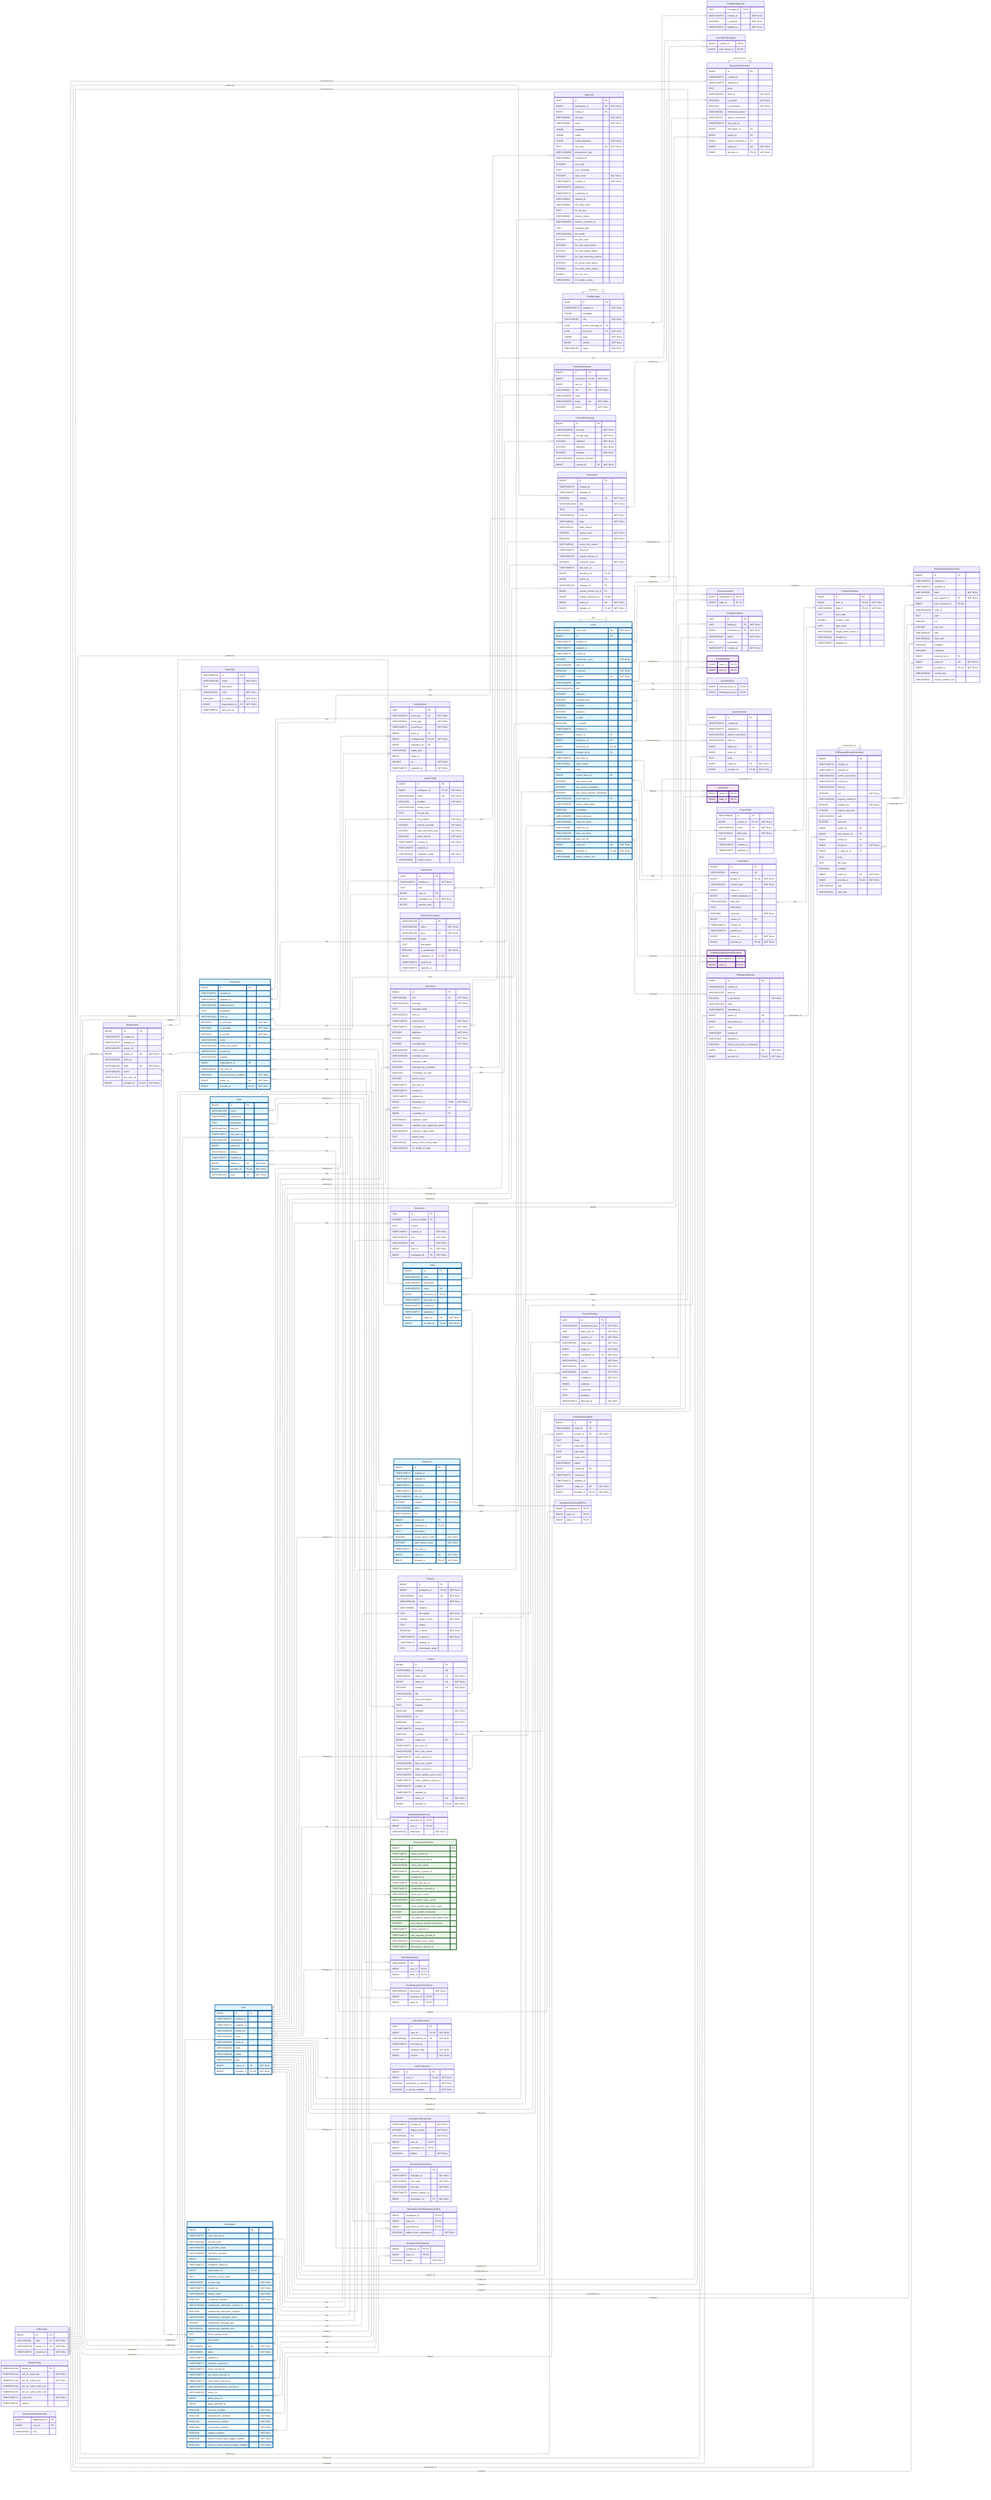
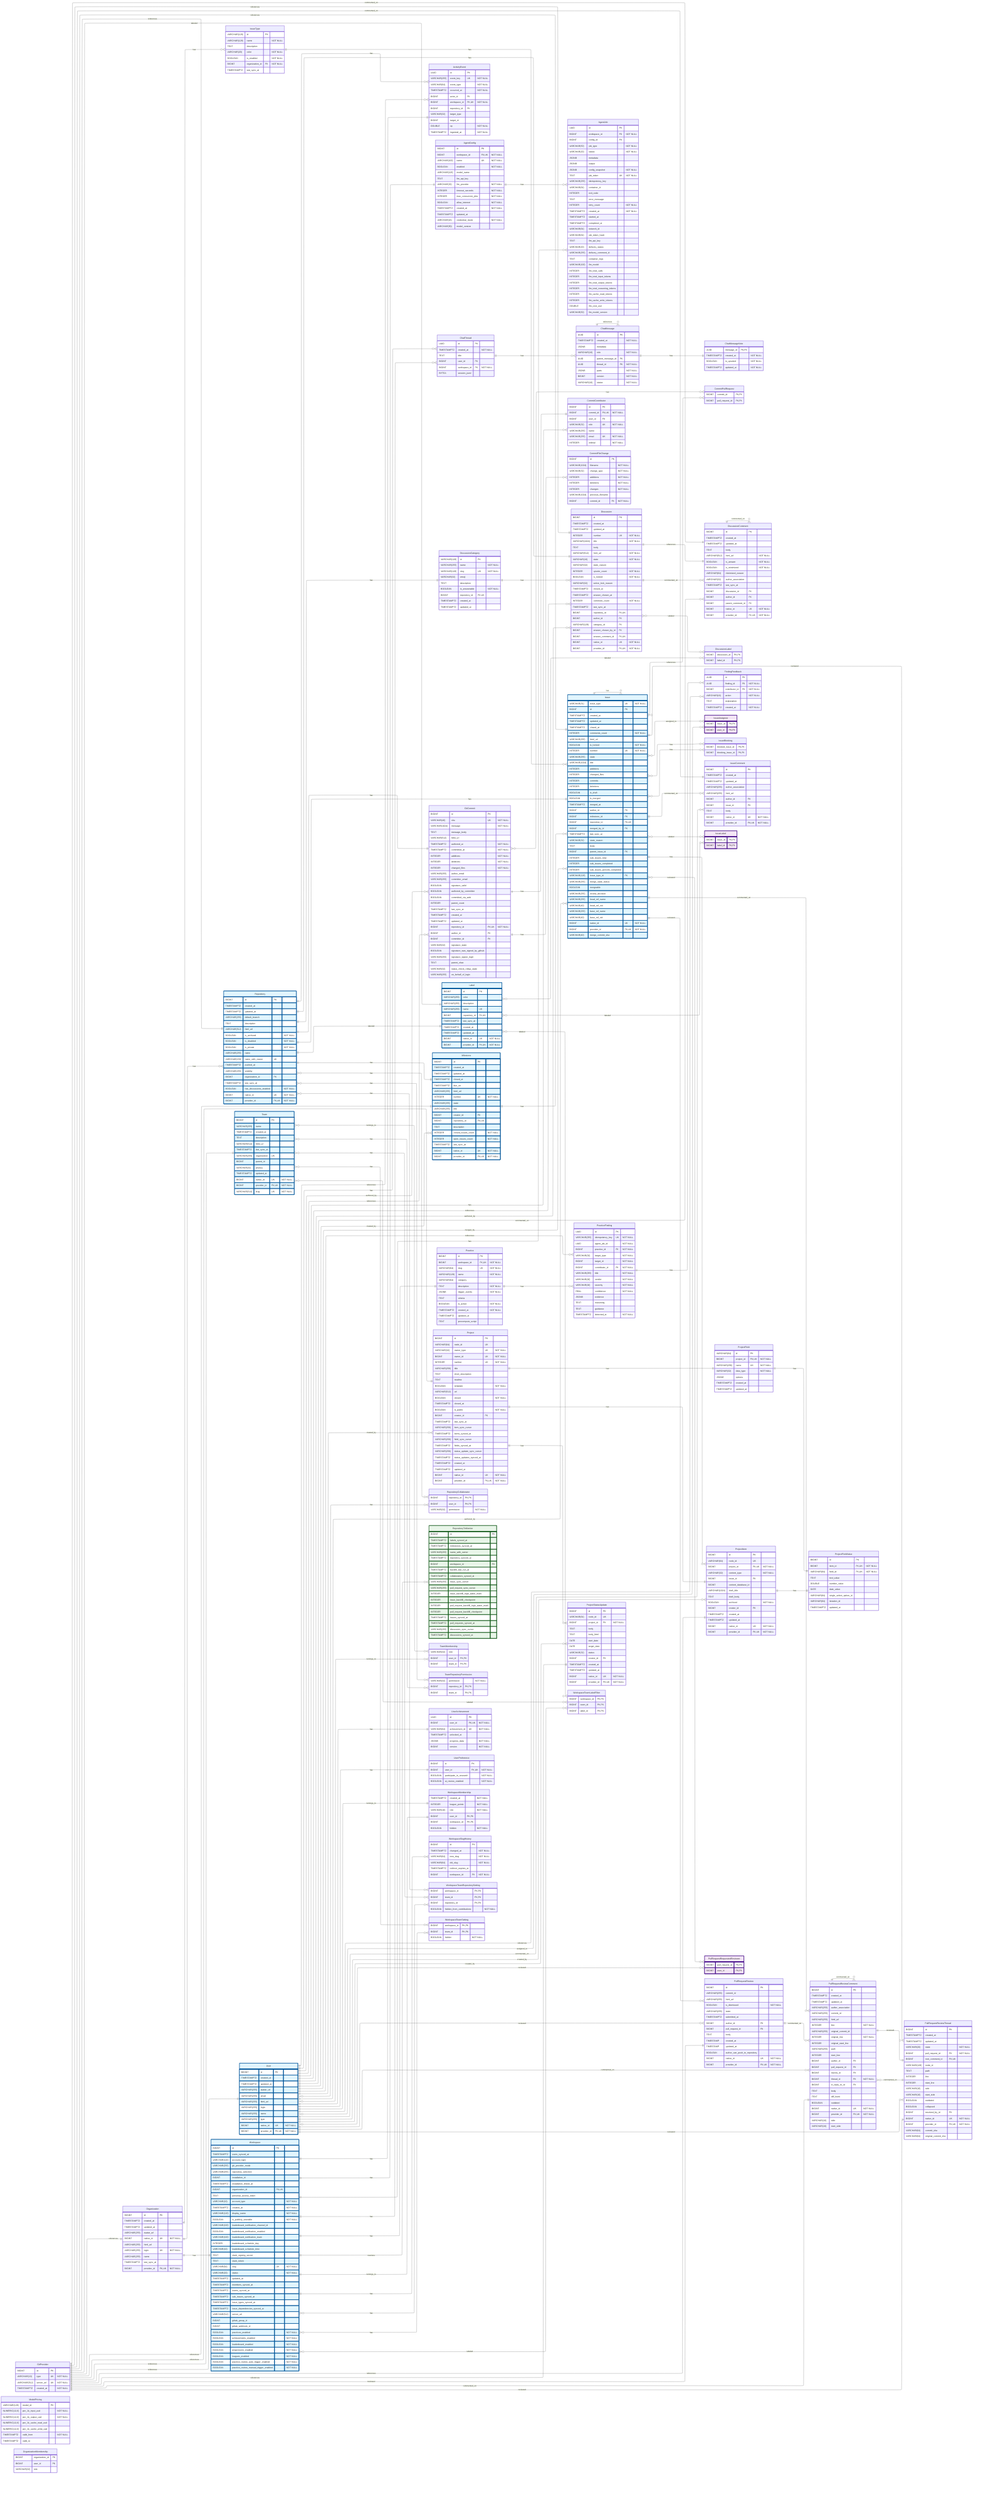
---
config:
    layout: elk
---
erDiagram
    %% Generated automatically from PostgreSQL database schema
    %% using scripts/generate-mermaid-erd.ts
    %% To regenerate: npm run db:generate-erd-docs

    direction LR

    ActivityEvent {
        UUID id PK
        VARCHAR(255) event_key UK "NOT NULL"
        VARCHAR(64) event_type "NOT NULL"
        TIMESTAMPTZ occurred_at "NOT NULL"
        BIGINT actor_id FK
        BIGINT workspace_id FK,UK "NOT NULL"
        BIGINT repository_id FK
        VARCHAR(32) target_type
        BIGINT target_id
        DOUBLE xp "NOT NULL"
        TIMESTAMPTZ ingested_at "NOT NULL"
    }

    AgentConfig {
        BIGINT id PK
        BIGINT workspace_id FK,UK "NOT NULL"
        VARCHAR(100) name UK "NOT NULL"
        BOOLEAN enabled "NOT NULL"
        VARCHAR(128) model_name
        TEXT llm_api_key
        VARCHAR(32) llm_provider "NOT NULL"
        INTEGER timeout_seconds "NOT NULL"
        INTEGER max_concurrent_jobs "NOT NULL"
        BOOLEAN allow_internet "NOT NULL"
        TIMESTAMPTZ created_at "NOT NULL"
        TIMESTAMPTZ updated_at
        VARCHAR(16) credential_mode "NOT NULL"
        VARCHAR(50) model_version
    }

    AgentJob {
        UUID id PK
        BIGINT workspace_id FK "NOT NULL"
        BIGINT config_id FK
        VARCHAR(50) job_type "NOT NULL"
        VARCHAR(20) status "NOT NULL"
        JSONB metadata
        JSONB output
        JSONB config_snapshot "NOT NULL"
        TEXT job_token UK "NOT NULL"
        VARCHAR(255) idempotency_key
        VARCHAR(64) container_id
        INTEGER exit_code
        TEXT error_message
        INTEGER retry_count "NOT NULL"
        TIMESTAMPTZ created_at "NOT NULL"
        TIMESTAMPTZ started_at
        TIMESTAMPTZ completed_at
        VARCHAR(64) network_id
        VARCHAR(64) job_token_hash
        TEXT llm_api_key
        VARCHAR(20) delivery_status
        VARCHAR(255) delivery_comment_id
        TEXT container_logs
        VARCHAR(100) llm_model
        INTEGER llm_total_calls
        INTEGER llm_total_input_tokens
        INTEGER llm_total_output_tokens
        INTEGER llm_total_reasoning_tokens
        INTEGER llm_cache_read_tokens
        INTEGER llm_cache_write_tokens
        DOUBLE llm_cost_usd
        VARCHAR(50) llm_model_version
    }

    ChatMessage {
        UUID id PK
        TIMESTAMPTZ created_at "NOT NULL"
        JSONB metadata
        VARCHAR(16) role "NOT NULL"
        UUID parent_message_id FK
        UUID thread_id FK "NOT NULL"
        JSONB parts "NOT NULL"
        BIGINT version "NOT NULL"
        VARCHAR(16) status "NOT NULL"
    }

    ChatMessageVote {
        UUID message_id PK,FK
        TIMESTAMPTZ created_at "NOT NULL"
        BOOLEAN is_upvoted "NOT NULL"
        TIMESTAMPTZ updated_at "NOT NULL"
    }

    ChatThread {
        UUID id PK
        TIMESTAMPTZ created_at "NOT NULL"
        TEXT title
        BIGINT user_id FK
        BIGINT workspace_id FK "NOT NULL"
        BYTEA session_jsonl
    }

    CommitContributor {
        BIGINT id PK
        BIGINT commit_id FK,UK "NOT NULL"
        BIGINT user_id FK
        VARCHAR(32) role UK "NOT NULL"
        VARCHAR(255) name
        VARCHAR(255) email UK "NOT NULL"
        INTEGER ordinal "NOT NULL"
    }

    CommitFileChange {
        BIGINT id PK
        VARCHAR(1024) filename "NOT NULL"
        VARCHAR(32) change_type "NOT NULL"
        INTEGER additions "NOT NULL"
        INTEGER deletions "NOT NULL"
        INTEGER changes "NOT NULL"
        VARCHAR(1024) previous_filename
        BIGINT commit_id FK "NOT NULL"
    }

    CommitPullRequest {
        BIGINT commit_id PK,FK
        BIGINT pull_request_id PK,FK
    }

    Discussion {
        BIGINT id PK
        TIMESTAMPTZ created_at
        TIMESTAMPTZ updated_at
        INTEGER number UK "NOT NULL"
        VARCHAR(1024) title "NOT NULL"
        TEXT body
        VARCHAR(512) html_url "NOT NULL"
        VARCHAR(16) state "NOT NULL"
        VARCHAR(32) state_reason
        INTEGER upvote_count "NOT NULL"
        BOOLEAN is_locked "NOT NULL"
        VARCHAR(32) active_lock_reason
        TIMESTAMPTZ closed_at
        TIMESTAMPTZ answer_chosen_at
        INTEGER comment_count "NOT NULL"
        TIMESTAMPTZ last_sync_at
        BIGINT repository_id FK,UK
        BIGINT author_id FK
        VARCHAR(128) category_id FK
        BIGINT answer_chosen_by_id FK
        BIGINT answer_comment_id FK,UK
        BIGINT native_id UK "NOT NULL"
        BIGINT provider_id FK,UK "NOT NULL"
    }

    DiscussionCategory {
        VARCHAR(128) id PK
        VARCHAR(255) name "NOT NULL"
        VARCHAR(128) slug UK "NOT NULL"
        VARCHAR(32) emoji
        TEXT description
        BOOLEAN is_answerable "NOT NULL"
        BIGINT repository_id FK,UK
        TIMESTAMPTZ created_at
        TIMESTAMPTZ updated_at
    }

    DiscussionComment {
        BIGINT id PK
        TIMESTAMPTZ created_at
        TIMESTAMPTZ updated_at
        TEXT body
        VARCHAR(512) html_url "NOT NULL"
        BOOLEAN is_answer "NOT NULL"
        BOOLEAN is_minimized "NOT NULL"
        VARCHAR(64) minimized_reason
        VARCHAR(32) author_association
        TIMESTAMPTZ last_sync_at
        BIGINT discussion_id FK
        BIGINT author_id FK
        BIGINT parent_comment_id FK
        BIGINT native_id UK "NOT NULL"
        BIGINT provider_id FK,UK "NOT NULL"
    }

    DiscussionLabel {
        BIGINT discussion_id PK,FK
        BIGINT label_id PK,FK
-     }
- 
-     Document {
-         UUID id PK
-         INTEGER version_number PK
-         TEXT content
-         TIMESTAMPTZ created_at "NOT NULL"
-         VARCHAR(255) kind "NOT NULL"
-         VARCHAR(255) title "NOT NULL"
-         BIGINT user_id FK "NOT NULL"
-         BIGINT workspace_id FK "NOT NULL"
    }

    FindingFeedback {
        UUID id PK
        UUID finding_id FK "NOT NULL"
        BIGINT contributor_id FK "NOT NULL"
        VARCHAR(16) action "NOT NULL"
        TEXT explanation
        TIMESTAMPTZ created_at "NOT NULL"
    }

    GitCommit {
        BIGINT id PK
        VARCHAR(40) sha UK "NOT NULL"
        VARCHAR(1024) message "NOT NULL"
        TEXT message_body
        VARCHAR(512) html_url
        TIMESTAMPTZ authored_at "NOT NULL"
        TIMESTAMPTZ committed_at "NOT NULL"
        INTEGER additions "NOT NULL"
        INTEGER deletions "NOT NULL"
        INTEGER changed_files "NOT NULL"
        VARCHAR(255) author_email
        VARCHAR(255) committer_email
        BOOLEAN signature_valid
        BOOLEAN authored_by_committer
        BOOLEAN committed_via_web
        INTEGER parent_count
        TIMESTAMPTZ last_sync_at
        TIMESTAMPTZ created_at
        TIMESTAMPTZ updated_at
        BIGINT repository_id FK,UK "NOT NULL"
        BIGINT author_id FK
        BIGINT committer_id FK
        VARCHAR(32) signature_state
        BOOLEAN signature_was_signed_by_github
        VARCHAR(255) signature_signer_login
        TEXT parent_shas
        VARCHAR(32) status_check_rollup_state
        VARCHAR(255) on_behalf_of_login
    }

    GitProvider {
        BIGINT id PK
        VARCHAR(10) type UK "NOT NULL"
        VARCHAR(512) server_url UK "NOT NULL"
        TIMESTAMPTZ created_at "NOT NULL"
    }

    Issue {
        VARCHAR(31) issue_type UK "NOT NULL"
        BIGINT id PK
        TIMESTAMPTZ created_at
        TIMESTAMPTZ updated_at
        TIMESTAMPTZ closed_at
        INTEGER comments_count "NOT NULL"
        VARCHAR(255) html_url
        BOOLEAN is_locked "NOT NULL"
        INTEGER number UK "NOT NULL"
        VARCHAR(255) state
        VARCHAR(1024) title
        INTEGER additions
        INTEGER changed_files
        INTEGER commits
        INTEGER deletions
        BOOLEAN is_draft
        BOOLEAN is_merged
        TIMESTAMPTZ merged_at
        BIGINT author_id FK
        BIGINT milestone_id FK
        BIGINT repository_id FK,UK
        BIGINT merged_by_id FK
        TIMESTAMPTZ last_sync_at
        VARCHAR(32) state_reason
        TEXT body
        BIGINT parent_issue_id FK
        INTEGER sub_issues_total
        INTEGER sub_issues_completed
        INTEGER sub_issues_percent_completed
        VARCHAR(128) issue_type_id FK
        VARCHAR(255) merge_state_status
        BOOLEAN mergeable
        VARCHAR(255) review_decision
        VARCHAR(255) head_ref_name
        VARCHAR(40) head_ref_oid
        VARCHAR(255) base_ref_name
        VARCHAR(40) base_ref_oid
        BIGINT native_id UK "NOT NULL"
        BIGINT provider_id FK,UK "NOT NULL"
        VARCHAR(40) merge_commit_sha
    }

    IssueAssignee {
        BIGINT issue_id PK,FK
        BIGINT user_id PK,FK
    }

    IssueBlocking {
        BIGINT blocked_issue_id PK,FK
        BIGINT blocking_issue_id PK,FK
    }

    IssueComment {
        BIGINT id PK
        TIMESTAMPTZ created_at
        TIMESTAMPTZ updated_at
        VARCHAR(255) author_association
        VARCHAR(255) html_url
        BIGINT author_id FK
        BIGINT issue_id FK
        TEXT body
        BIGINT native_id UK "NOT NULL"
        BIGINT provider_id FK,UK "NOT NULL"
    }

    IssueLabel {
        BIGINT issue_id PK,FK
        BIGINT label_id PK,FK
    }

    IssueType {
        VARCHAR(128) id PK
        VARCHAR(128) name "NOT NULL"
        TEXT description
        VARCHAR(20) color "NOT NULL"
        BOOLEAN is_enabled "NOT NULL"
        BIGINT organization_id FK "NOT NULL"
        TIMESTAMPTZ last_sync_at
    }

    Label {
        BIGINT id PK
        VARCHAR(255) color
        VARCHAR(255) description
        VARCHAR(255) name UK
        BIGINT repository_id FK,UK
        TIMESTAMPTZ last_sync_at
        TIMESTAMPTZ created_at
        TIMESTAMPTZ updated_at
        BIGINT native_id UK "NOT NULL"
        BIGINT provider_id FK,UK "NOT NULL"
    }

    Milestone {
        BIGINT id PK
        TIMESTAMPTZ created_at
        TIMESTAMPTZ updated_at
        TIMESTAMPTZ closed_at
        TIMESTAMPTZ due_on
        VARCHAR(255) html_url
        INTEGER number UK "NOT NULL"
        VARCHAR(255) state
        VARCHAR(255) title
        BIGINT creator_id FK
        BIGINT repository_id FK,UK
        TEXT description
        INTEGER closed_issues_count "NOT NULL"
        INTEGER open_issues_count "NOT NULL"
        TIMESTAMPTZ last_sync_at
        BIGINT native_id UK "NOT NULL"
        BIGINT provider_id FK,UK "NOT NULL"
    }

    ModelPricing {
        VARCHAR(128) model_id PK
        NUMERIC(12,6) per_1k_input_usd "NOT NULL"
        NUMERIC(12,6) per_1k_output_usd "NOT NULL"
        NUMERIC(12,6) per_1k_cache_read_usd
        NUMERIC(12,6) per_1k_cache_write_usd
        TIMESTAMPTZ valid_from "NOT NULL"
        TIMESTAMPTZ valid_to
    }

    Organization {
        BIGINT id PK
        TIMESTAMPTZ created_at
        TIMESTAMPTZ updated_at
        VARCHAR(255) avatar_url
        BIGINT native_id UK "NOT NULL"
        VARCHAR(255) html_url
        VARCHAR(255) login UK "NOT NULL"
        VARCHAR(255) name
        TIMESTAMPTZ last_sync_at
        BIGINT provider_id FK,UK "NOT NULL"
    }

    OrganizationMembership {
        BIGINT organization_id PK
        BIGINT user_id PK
        VARCHAR(32) role
    }

    Practice {
        BIGINT id PK
        BIGINT workspace_id FK,UK "NOT NULL"
        VARCHAR(64) slug UK "NOT NULL"
        VARCHAR(128) name "NOT NULL"
        VARCHAR(64) category
        TEXT description "NOT NULL"
        JSONB trigger_events "NOT NULL"
        TEXT criteria
        BOOLEAN is_active "NOT NULL"
        TIMESTAMPTZ created_at "NOT NULL"
        TIMESTAMPTZ updated_at
        TEXT precompute_script
    }

    PracticeFinding {
        UUID id PK
        VARCHAR(255) idempotency_key UK "NOT NULL"
        UUID agent_job_id "NOT NULL"
        BIGINT practice_id FK "NOT NULL"
        VARCHAR(32) target_type "NOT NULL"
        BIGINT target_id "NOT NULL"
        BIGINT contributor_id FK "NOT NULL"
        VARCHAR(255) title "NOT NULL"
        VARCHAR(16) verdict "NOT NULL"
        VARCHAR(16) severity "NOT NULL"
        REAL confidence "NOT NULL"
        JSONB evidence
        TEXT reasoning
        TEXT guidance
        TIMESTAMPTZ detected_at "NOT NULL"
    }

    Project {
        BIGINT id PK
        VARCHAR(64) node_id UK
        VARCHAR(32) owner_type UK "NOT NULL"
        BIGINT owner_id UK "NOT NULL"
        INTEGER number UK "NOT NULL"
        VARCHAR(256) title
        TEXT short_description
        TEXT readme
        BOOLEAN template "NOT NULL"
        VARCHAR(512) url
        BOOLEAN closed "NOT NULL"
        TIMESTAMPTZ closed_at
        BOOLEAN is_public "NOT NULL"
        BIGINT creator_id FK
        TIMESTAMPTZ last_sync_at
        VARCHAR(256) item_sync_cursor
        TIMESTAMPTZ items_synced_at
        VARCHAR(256) field_sync_cursor
        TIMESTAMPTZ fields_synced_at
        VARCHAR(256) status_update_sync_cursor
        TIMESTAMPTZ status_updates_synced_at
        TIMESTAMPTZ created_at
        TIMESTAMPTZ updated_at
        BIGINT native_id UK "NOT NULL"
        BIGINT provider_id FK,UK "NOT NULL"
    }

    ProjectField {
        VARCHAR(64) id PK
        BIGINT project_id FK,UK "NOT NULL"
        VARCHAR(256) name UK "NOT NULL"
        VARCHAR(32) data_type "NOT NULL"
        JSONB options
        TIMESTAMPTZ created_at
        TIMESTAMPTZ updated_at
    }

    ProjectFieldValue {
        BIGINT id PK
        BIGINT item_id FK,UK "NOT NULL"
        VARCHAR(64) field_id FK,UK "NOT NULL"
        TEXT text_value
        DOUBLE number_value
        DATE date_value
        VARCHAR(64) single_select_option_id
        VARCHAR(64) iteration_id
        TIMESTAMPTZ updated_at
    }

    ProjectItem {
        BIGINT id PK
        VARCHAR(64) node_id UK
        BIGINT project_id FK,UK "NOT NULL"
        VARCHAR(32) content_type "NOT NULL"
        BIGINT issue_id FK
        BIGINT content_database_id
        VARCHAR(1024) draft_title
        TEXT draft_body
        BOOLEAN archived "NOT NULL"
        BIGINT creator_id FK
        TIMESTAMPTZ created_at
        TIMESTAMPTZ updated_at
        BIGINT native_id UK "NOT NULL"
        BIGINT provider_id FK,UK "NOT NULL"
    }

    ProjectStatusUpdate {
        BIGINT id PK
        VARCHAR(64) node_id UK
        BIGINT project_id FK "NOT NULL"
        TEXT body
        TEXT body_html
        DATE start_date
        DATE target_date
        VARCHAR(32) status
        BIGINT creator_id FK
        TIMESTAMPTZ created_at
        TIMESTAMPTZ updated_at
        BIGINT native_id UK "NOT NULL"
        BIGINT provider_id FK,UK "NOT NULL"
    }

    PullRequestRequestedReviewer {
        BIGINT pull_request_id PK,FK
        BIGINT user_id PK,FK
    }

    PullRequestReview {
        BIGINT id PK
        VARCHAR(255) commit_id
        VARCHAR(255) html_url
        BOOLEAN is_dismissed "NOT NULL"
        VARCHAR(255) state
        TIMESTAMPTZ submitted_at
        BIGINT author_id FK
        BIGINT pull_request_id FK
        TEXT body
        TIMESTAMP created_at
        TIMESTAMP updated_at
        BOOLEAN author_can_push_to_repository
        BIGINT native_id UK "NOT NULL"
        BIGINT provider_id FK,UK "NOT NULL"
    }

    PullRequestReviewComment {
        BIGINT id PK
        TIMESTAMPTZ created_at
        TIMESTAMPTZ updated_at
        VARCHAR(255) author_association
        VARCHAR(255) commit_id
        VARCHAR(255) html_url
        INTEGER line "NOT NULL"
        VARCHAR(255) original_commit_id
        INTEGER original_line "NOT NULL"
        INTEGER original_start_line
        VARCHAR(255) path
        INTEGER start_line
        BIGINT author_id FK
        BIGINT pull_request_id FK
        BIGINT review_id FK
        BIGINT thread_id FK "NOT NULL"
        BIGINT in_reply_to_id FK
        TEXT body
        TEXT diff_hunk
        BOOLEAN outdated
        BIGINT native_id UK "NOT NULL"
        BIGINT provider_id FK,UK "NOT NULL"
        VARCHAR(16) side
        VARCHAR(16) start_side
    }

    PullRequestReviewThread {
        BIGINT id PK
        TIMESTAMPTZ created_at
        TIMESTAMPTZ updated_at
        VARCHAR(20) state "NOT NULL"
        BIGINT pull_request_id FK "NOT NULL"
        BIGINT root_comment_id FK,UK
        VARCHAR(128) node_id
        TEXT path
        INTEGER line
        INTEGER start_line
        VARCHAR(16) side
        VARCHAR(16) start_side
        BOOLEAN outdated
        BOOLEAN collapsed
        BIGINT resolved_by_id FK
        BIGINT native_id UK "NOT NULL"
        BIGINT provider_id FK,UK "NOT NULL"
        VARCHAR(64) commit_sha
        VARCHAR(64) original_commit_sha
    }

    Repository {
        BIGINT id PK
        TIMESTAMPTZ created_at
        TIMESTAMPTZ updated_at
        VARCHAR(255) default_branch
        TEXT description
        VARCHAR(512) html_url
        BOOLEAN is_archived "NOT NULL"
        BOOLEAN is_disabled "NOT NULL"
        BOOLEAN is_private "NOT NULL"
        VARCHAR(255) name
        VARCHAR(150) name_with_owner UK
        TIMESTAMPTZ pushed_at
        VARCHAR(255) visibility
        BIGINT organization_id FK
        TIMESTAMPTZ last_sync_at
        BOOLEAN has_discussions_enabled "NOT NULL"
        BIGINT native_id UK "NOT NULL"
        BIGINT provider_id FK,UK "NOT NULL"
    }

    RepositoryCollaborator {
        BIGINT repository_id PK,FK
        BIGINT user_id PK,FK
        VARCHAR(32) permission "NOT NULL"
    }

    RepositoryToMonitor {
        BIGINT id PK
        TIMESTAMPTZ labels_synced_at
        TIMESTAMPTZ milestones_synced_at
        VARCHAR(255) name_with_owner
        TIMESTAMPTZ repository_synced_at
        BIGINT workspace_id FK
        TIMESTAMPTZ backfill_last_run_at
        TIMESTAMPTZ collaborators_synced_at
        VARCHAR(255) issue_sync_cursor
        VARCHAR(255) pull_request_sync_cursor
        INTEGER issue_backfill_high_water_mark
        INTEGER issue_backfill_checkpoint
        INTEGER pull_request_backfill_high_water_mark
        INTEGER pull_request_backfill_checkpoint
        TIMESTAMPTZ issues_synced_at
        TIMESTAMPTZ pull_requests_synced_at
        VARCHAR(255) discussion_sync_cursor
        TIMESTAMPTZ discussions_synced_at
    }

    Team {
        BIGINT id PK
        VARCHAR(255) name
        TIMESTAMPTZ created_at
        TEXT description
        VARCHAR(512) html_url
        TIMESTAMPTZ last_sync_at
        VARCHAR(255) organization UK
        BIGINT parent_id
        VARCHAR(32) privacy
        TIMESTAMPTZ updated_at
        BIGINT native_id UK "NOT NULL"
        BIGINT provider_id FK,UK "NOT NULL"
        VARCHAR(512) slug UK "NOT NULL"
    }

    TeamMembership {
        VARCHAR(32) role
        BIGINT user_id PK,FK
        BIGINT team_id PK,FK
    }

    TeamRepositoryPermission {
        VARCHAR(32) permission "NOT NULL"
        BIGINT repository_id PK,FK
        BIGINT team_id PK,FK
    }

    User {
        BIGINT id PK
        TIMESTAMPTZ created_at
        TIMESTAMPTZ updated_at
        VARCHAR(255) avatar_url
        VARCHAR(255) email
        VARCHAR(255) html_url
        VARCHAR(255) login
        VARCHAR(255) name
        VARCHAR(255) type
        BIGINT native_id UK "NOT NULL"
        BIGINT provider_id FK,UK "NOT NULL"
    }

    UserAchievement {
        UUID id PK
        BIGINT user_id FK,UK "NOT NULL"
        VARCHAR(64) achievement_id UK "NOT NULL"
        TIMESTAMPTZ unlocked_at
        JSONB progress_data "NOT NULL"
        BIGINT version "NOT NULL"
    }

    UserPreference {
        BIGINT id PK
        BIGINT user_id FK,UK "NOT NULL"
        BOOLEAN participate_in_research "NOT NULL"
        BOOLEAN ai_review_enabled "NOT NULL"
    }

    Workspace {
        BIGINT id PK
        TIMESTAMPTZ users_synced_at
        VARCHAR(120) account_login
        VARCHAR(255) git_provider_mode
        VARCHAR(255) repository_selection
        BIGINT installation_id
        TIMESTAMPTZ installation_linked_at
        BIGINT organization_id FK,UK
        TEXT personal_access_token
        VARCHAR(10) account_type "NOT NULL"
        TIMESTAMPTZ created_at "NOT NULL"
        VARCHAR(120) display_name "NOT NULL"
        BOOLEAN is_publicly_viewable "NOT NULL"
        VARCHAR(100) leaderboard_notification_channel_id
        BOOLEAN leaderboard_notification_enabled
        VARCHAR(100) leaderboard_notification_team
        INTEGER leaderboard_schedule_day
        VARCHAR(10) leaderboard_schedule_time
        TEXT slack_signing_secret
        TEXT slack_token
        VARCHAR(64) slug UK "NOT NULL"
        VARCHAR(20) status "NOT NULL"
        TIMESTAMPTZ updated_at
        TIMESTAMPTZ members_synced_at
        TIMESTAMPTZ teams_synced_at
        TIMESTAMPTZ sub_issues_synced_at
        TIMESTAMPTZ issue_types_synced_at
        TIMESTAMPTZ issue_dependencies_synced_at
        VARCHAR(512) server_url
        BIGINT gitlab_group_id
        BIGINT gitlab_webhook_id
        BOOLEAN practices_enabled "NOT NULL"
        BOOLEAN achievements_enabled "NOT NULL"
        BOOLEAN leaderboard_enabled "NOT NULL"
        BOOLEAN progression_enabled "NOT NULL"
        BOOLEAN leagues_enabled "NOT NULL"
        BOOLEAN practice_review_auto_trigger_enabled "NOT NULL"
        BOOLEAN practice_review_manual_trigger_enabled "NOT NULL"
    }

    WorkspaceMembership {
        TIMESTAMPTZ created_at "NOT NULL"
        INTEGER league_points "NOT NULL"
        VARCHAR(16) role "NOT NULL"
        BIGINT user_id PK,FK
        BIGINT workspace_id PK,FK
        BOOLEAN hidden "NOT NULL"
    }

    WorkspaceSlugHistory {
        BIGINT id PK
        TIMESTAMPTZ changed_at "NOT NULL"
        VARCHAR(64) new_slug "NOT NULL"
        VARCHAR(64) old_slug "NOT NULL"
        TIMESTAMPTZ redirect_expires_at
        BIGINT workspace_id FK "NOT NULL"
    }

    WorkspaceTeamLabelFilter {
        BIGINT workspace_id PK,FK
        BIGINT team_id PK,FK
        BIGINT label_id PK,FK
    }

    WorkspaceTeamRepositorySetting {
        BIGINT workspace_id PK,FK
        BIGINT team_id PK,FK
        BIGINT repository_id PK,FK
        BOOLEAN hidden_from_contributions "NOT NULL"
    }

    WorkspaceTeamSetting {
        BIGINT workspace_id PK,FK
        BIGINT team_id PK,FK
        BOOLEAN hidden "NOT NULL"
    }

    %% Relationships
    %% One-to-One relationships
    Workspace ||--|| ActivityEvent : has
    Workspace ||--|| AgentConfig : has
    ChatMessage ||--|| ChatMessageVote : has
    GitCommit ||--|| CommitContributor : has
    DiscussionComment ||--|| Discussion : references
    GitProvider ||--|| Discussion : references
    Repository ||--|| Discussion : has
    Repository ||--|| DiscussionCategory : has
    GitProvider ||--|| DiscussionComment : commented_on
    Repository ||--|| GitCommit : has
    GitProvider ||--|| Issue : references
    Repository ||--|| Issue : has
    GitProvider ||--|| IssueComment : commented_on
    GitProvider ||--|| Label : labeled
    Repository ||--|| Label : labeled
    GitProvider ||--|| Milestone : references
    Repository ||--|| Milestone : has
    GitProvider ||--|| Organization : references
    Workspace ||--|| Practice : has
    GitProvider ||--|| Project : references
    Project ||--|| ProjectField : has
    ProjectField ||--|| ProjectFieldValue : has
    ProjectItem ||--|| ProjectFieldValue : has
    Project ||--|| ProjectItem : has
    GitProvider ||--|| ProjectItem : references
    GitProvider ||--|| ProjectStatusUpdate : references
    GitProvider ||--|| PullRequestReview : reviewed
    GitProvider ||--|| PullRequestReviewComment : commented_on
    GitProvider ||--|| PullRequestReviewThread : reviewed
    PullRequestReviewComment ||--|| PullRequestReviewThread : reviewed
    GitProvider ||--|| Repository : references
    GitProvider ||--|| Team : references
    GitProvider ||--|| User : references
    User ||--|| UserAchievement : has
    User ||--|| UserPreference : has
    Organization ||--|| Workspace : has
    User ||--|| WorkspaceMembership : belongs_to
    Workspace ||--|| WorkspaceMembership : belongs_to

    %% One-to-Many relationships
    User ||--o{ ActivityEvent : references
    Repository ||--o{ ActivityEvent : has
    AgentConfig ||--o{ AgentJob : has
    Workspace ||--o{ AgentJob : has
    ChatMessage ||--o{ ChatMessage : references
    ChatThread ||--o{ ChatMessage : has
    User ||--o{ ChatThread : has
    Workspace ||--o{ ChatThread : has
    User ||--o{ CommitContributor : has
    GitCommit ||--o{ CommitFileChange : has
    User ||--o{ Discussion : references
    User ||--o{ Discussion : authored_by
    DiscussionCategory ||--o{ Discussion : has
    User ||--o{ DiscussionComment : commented_on
    Discussion ||--o{ DiscussionComment : commented_on
    DiscussionComment ||--o{ DiscussionComment : commented_on
-     User ||--o{ Document : has
-     Workspace ||--o{ Document : has
    User ||--o{ FindingFeedback : references
    PracticeFinding ||--o{ FindingFeedback : has
    User ||--o{ GitCommit : authored_by
    User ||--o{ GitCommit : references
    User ||--o{ Issue : authored_by
    IssueType ||--o{ Issue : has
    User ||--o{ Issue : merged_by
    Milestone ||--o{ Issue : has
    Issue ||--o{ Issue : has
    User ||--o{ IssueComment : commented_on
    Issue ||--o{ IssueComment : commented_on
    Organization ||--o{ IssueType : has
    User ||--o{ Milestone : created_by
    User ||--o{ PracticeFinding : references
    Practice ||--o{ PracticeFinding : has
    User ||--o{ Project : created_by
    User ||--o{ ProjectItem : created_by
    Issue ||--o{ ProjectItem : has
    User ||--o{ ProjectStatusUpdate : created_by
    Project ||--o{ ProjectStatusUpdate : has
    User ||--o{ PullRequestReview : reviewed
    Issue ||--o{ PullRequestReview : reviewed
    User ||--o{ PullRequestReviewComment : commented_on
    PullRequestReviewComment ||--o{ PullRequestReviewComment : commented_on
    Issue ||--o{ PullRequestReviewComment : commented_on
    PullRequestReview ||--o{ PullRequestReviewComment : commented_on
    PullRequestReviewThread ||--o{ PullRequestReviewComment : commented_on
    Issue ||--o{ PullRequestReviewThread : reviewed
    User ||--o{ PullRequestReviewThread : reviewed
    Organization ||--o{ Repository : has
    Workspace ||--o{ RepositoryToMonitor : monitors
    Workspace ||--o{ WorkspaceSlugHistory : has

    %% Many-to-Many relationships
    GitCommit }o--o{ CommitPullRequest : has
    Issue }o--o{ CommitPullRequest : references
    Discussion }o--o{ DiscussionLabel : labeled
    Label }o--o{ DiscussionLabel : labeled
    Issue }o--o{ IssueAssignee : assigned_to
    User }o--o{ IssueAssignee : assigned_to
    Issue }o--o{ IssueBlocking : has
    Issue }o--o{ IssueBlocking : has
    Issue }o--o{ IssueLabel : labeled
    Label }o--o{ IssueLabel : labeled
    Issue }o--o{ PullRequestRequestedReviewer : reviewed
    User }o--o{ PullRequestRequestedReviewer : reviewed
    Repository }o--o{ RepositoryCollaborator : has
    User }o--o{ RepositoryCollaborator : has
    Team }o--o{ TeamMembership : belongs_to
    User }o--o{ TeamMembership : belongs_to
    Repository }o--o{ TeamRepositoryPermission : has
    Team }o--o{ TeamRepositoryPermission : has
    Label }o--o{ WorkspaceTeamLabelFilter : labeled
    Team }o--o{ WorkspaceTeamLabelFilter : labeled
    Workspace }o--o{ WorkspaceTeamLabelFilter : labeled
    Repository }o--o{ WorkspaceTeamRepositorySetting : has
    Team }o--o{ WorkspaceTeamRepositorySetting : has
    Workspace }o--o{ WorkspaceTeamRepositorySetting : has
    Team }o--o{ WorkspaceTeamSetting : has
    Workspace }o--o{ WorkspaceTeamSetting : has

    %% Styling
    classDef primaryEntity fill:#e1f5fe,stroke:#01579b,stroke-width:2px
    classDef associationEntity fill:#f3e5f5,stroke:#4a148c,stroke-width:2px
    classDef metadataEntity fill:#e8f5e8,stroke:#1b5e20,stroke-width:2px

    class Issue primaryEntity
    class IssueAssignee associationEntity
    class IssueLabel associationEntity
    class Label primaryEntity
    class Milestone primaryEntity
    class PullRequestRequestedReviewer associationEntity
    class Repository primaryEntity
    class RepositoryToMonitor metadataEntity
    class Team primaryEntity
    class User primaryEntity
    class Workspace primaryEntity
